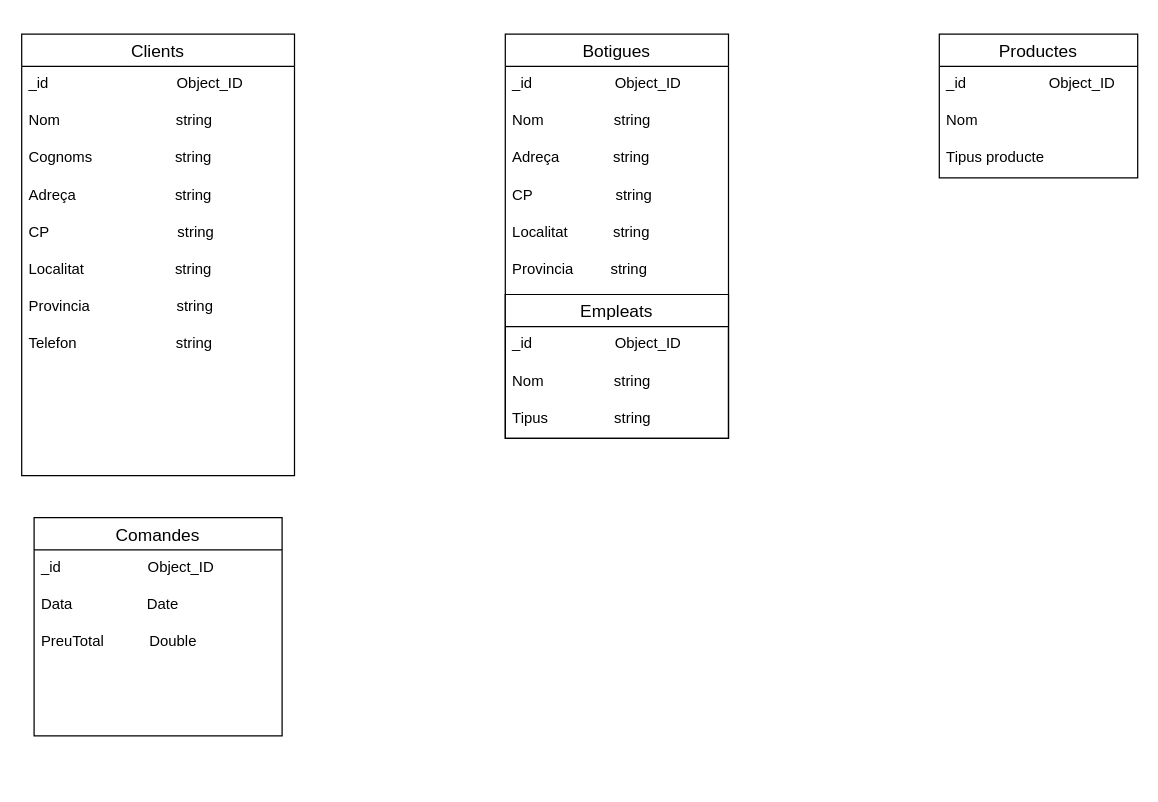
The draw.io diagram MongoDB/Entrega 2.3 - Estructures/pizzeria_tomas/DiagramPizzeria.drawio in tomsanmul/Sprint2, before the edit. Source tidied: cells renumbered, new cells numbered last; positions are measured from the earlier drawing's top-left corner, leaving out a move shared by most shapes. Both pictures are drawn from the tidied source at 124%, with x=0, y=0 at pixel (21, 33).
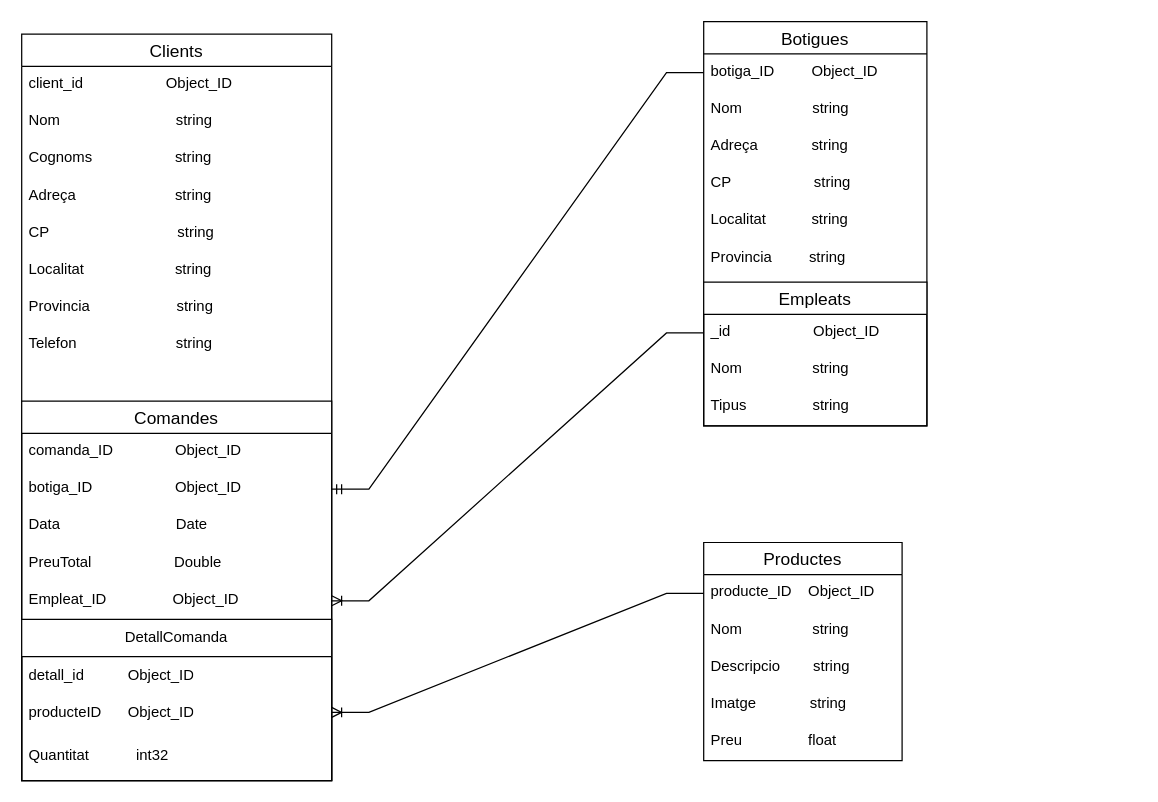
Above is the later version.

Unchanged cells that the change refers to:
```xml
<mxCell id="22" value="_id                    Object_ID" style="text;strokeColor=none;fillColor=none;spacingLeft=4;spacingRight=4;overflow=hidden;points=[[0,0.5],[1,0.5]];portConstraint=eastwest;fontSize=12;" parent="21" vertex="1">
  <mxGeometry y="26" width="180" height="30" as="geometry" />
</mxCell>
```

Change to the diagram source:
```diff
@@
     <mxCell id="2" value="Clients" style="swimlane;fontStyle=0;horizontal=1;startSize=26;align=center;fontSize=14;" parent="1" vertex="1">
-      <mxGeometry width="220" height="356" as="geometry" />
+      <mxGeometry width="250" height="602" as="geometry" />
     </mxCell>
-    <mxCell id="3" value="_id                               Object_ID" style="text;strokeColor=none;fillColor=none;spacingLeft=4;spacingRight=4;overflow=hidden;fontSize=12;" parent="2" vertex="1">
-      <mxGeometry y="26" width="220" height="30" as="geometry" />
+    <mxCell id="3" value="client_id                    Object_ID" style="text;strokeColor=none;fillColor=none;spacingLeft=4;spacingRight=4;overflow=hidden;fontSize=12;" parent="2" vertex="1">
+      <mxGeometry y="26" width="250" height="30" as="geometry" />
     </mxCell>
     <mxCell id="4" value="Nom                            string" style="text;strokeColor=none;fillColor=none;spacingLeft=4;spacingRight=4;overflow=hidden;fontSize=12;" parent="2" vertex="1">
-      <mxGeometry y="56" width="220" height="30" as="geometry" />
+      <mxGeometry y="56" width="250" height="30" as="geometry" />
     </mxCell>
     <mxCell id="5" value="Cognoms                    string" style="text;strokeColor=none;fillColor=none;spacingLeft=4;spacingRight=4;overflow=hidden;fontSize=12;" parent="2" vertex="1">
-      <mxGeometry y="86" width="220" height="30" as="geometry" />
+      <mxGeometry y="86" width="250" height="30" as="geometry" />
     </mxCell>
     <mxCell id="6" value="Adreça                        string" style="text;strokeColor=none;fillColor=none;spacingLeft=4;spacingRight=4;overflow=hidden;fontSize=12;" parent="2" vertex="1">
-      <mxGeometry y="116" width="220" height="30" as="geometry" />
+      <mxGeometry y="116" width="250" height="30" as="geometry" />
     </mxCell>
     <mxCell id="7" value="CP                               string" style="text;strokeColor=none;fillColor=none;spacingLeft=4;spacingRight=4;overflow=hidden;fontSize=12;" parent="2" vertex="1">
-      <mxGeometry y="146" width="220" height="30" as="geometry" />
+      <mxGeometry y="146" width="250" height="30" as="geometry" />
     </mxCell>
     <mxCell id="8" value="Localitat                      string" style="text;strokeColor=none;fillColor=none;spacingLeft=4;spacingRight=4;overflow=hidden;fontSize=12;" parent="2" vertex="1">
-      <mxGeometry y="176" width="220" height="30" as="geometry" />
+      <mxGeometry y="176" width="250" height="30" as="geometry" />
     </mxCell>
     <mxCell id="9" value="Provincia                     string" style="text;strokeColor=none;fillColor=none;spacingLeft=4;spacingRight=4;overflow=hidden;fontSize=12;" parent="2" vertex="1">
-      <mxGeometry y="206" width="220" height="30" as="geometry" />
+      <mxGeometry y="206" width="250" height="30" as="geometry" />
     </mxCell>
     <mxCell id="10" value="Telefon                        string" style="text;strokeColor=none;fillColor=none;spacingLeft=4;spacingRight=4;overflow=hidden;fontSize=12;" parent="2" vertex="1">
-      <mxGeometry y="236" width="220" height="30" as="geometry" />
+      <mxGeometry y="236" width="250" height="30" as="geometry" />
     </mxCell>
     <mxCell id="11" style="text;strokeColor=none;fillColor=none;spacingLeft=4;spacingRight=4;overflow=hidden;fontSize=12;" parent="2" vertex="1">
-      <mxGeometry y="266" width="220" height="30" as="geometry" />
+      <mxGeometry y="266" width="250" height="30" as="geometry" />
     </mxCell>
-    <mxCell id="12" style="text;strokeColor=none;fillColor=none;spacingLeft=4;spacingRight=4;overflow=hidden;fontSize=12;" parent="2" vertex="1">
-      <mxGeometry y="296" width="220" height="30" as="geometry" />
-    </mxCell>
-    <mxCell id="13" style="text;strokeColor=none;fillColor=none;spacingLeft=4;spacingRight=4;overflow=hidden;fontSize=12;" parent="2" vertex="1">
-      <mxGeometry y="326" width="220" height="30" as="geometry" />
-    </mxCell>
+    <mxCell id="29" value="Comandes" style="swimlane;fontStyle=0;horizontal=1;startSize=26;align=center;fontSize=14;" parent="2" vertex="1">
+      <mxGeometry y="296" width="250" height="306" as="geometry" />
+    </mxCell>
+    <mxCell id="30" value="comanda_ID               Object_ID" style="text;strokeColor=none;fillColor=none;spacingLeft=4;spacingRight=4;overflow=hidden;fontSize=12;" parent="29" vertex="1">
+      <mxGeometry y="26" width="250" height="30" as="geometry" />
+    </mxCell>
+    <mxCell id="35" value="botiga_ID                    Object_ID" style="text;strokeColor=none;fillColor=none;spacingLeft=4;spacingRight=4;overflow=hidden;points=[[0,0.5],[1,0.5]];portConstraint=eastwest;fontSize=12;" parent="29" vertex="1">
+      <mxGeometry y="56" width="250" height="30" as="geometry" />
+    </mxCell>
+    <mxCell id="31" value="Data                            Date" style="text;strokeColor=none;fillColor=none;spacingLeft=4;spacingRight=4;overflow=hidden;fontSize=12;" parent="29" vertex="1">
+      <mxGeometry y="86" width="250" height="30" as="geometry" />
+    </mxCell>
+    <mxCell id="32" value="PreuTotal                    Double" style="text;strokeColor=none;fillColor=none;spacingLeft=4;spacingRight=4;overflow=hidden;fontSize=12;" parent="29" vertex="1">
+      <mxGeometry y="116" width="250" height="30" as="geometry" />
+    </mxCell>
+    <mxCell id="33" value="Empleat_ID                Object_ID" style="text;strokeColor=none;fillColor=none;spacingLeft=4;spacingRight=4;overflow=hidden;points=[[0,0.5],[1,0.5]];portConstraint=eastwest;fontSize=12;" parent="29" vertex="1">
+      <mxGeometry y="146" width="250" height="30" as="geometry" />
+    </mxCell>
+    <mxCell id="36" value="DetallComanda" style="swimlane;fontStyle=0;horizontal=1;startSize=30;whiteSpace=wrap;html=1;" parent="29" vertex="1">
+      <mxGeometry y="176" width="250" height="130" as="geometry" />
+    </mxCell>
+    <mxCell id="37" value="detall_id&lt;span style=&quot;white-space: pre;&quot;&gt;&#9;&lt;/span&gt;&lt;span style=&quot;white-space: pre;&quot;&gt;&#9;&lt;/span&gt;Object_ID" style="text;strokeColor=none;fillColor=none;align=left;verticalAlign=middle;spacingLeft=4;spacingRight=4;overflow=hidden;whiteSpace=wrap;html=1;" parent="36" vertex="1">
+      <mxGeometry y="30" width="250" height="30" as="geometry" />
+    </mxCell>
+    <mxCell id="38" value="producteID&lt;span style=&quot;white-space: pre;&quot;&gt;&#9;&lt;/span&gt;Object_ID" style="text;strokeColor=none;fillColor=none;align=left;verticalAlign=middle;spacingLeft=4;spacingRight=4;overflow=hidden;points=[[0,0.5],[1,0.5]];portConstraint=eastwest;whiteSpace=wrap;html=1;" parent="36" vertex="1">
+      <mxGeometry y="60" width="250" height="30" as="geometry" />
+    </mxCell>
+    <mxCell id="39" value="Quantitat&lt;span style=&quot;white-space: pre;&quot;&gt;&#9;&lt;/span&gt;&lt;span style=&quot;white-space: pre;&quot;&gt;&#9;&lt;/span&gt;&amp;nbsp; int32" style="text;strokeColor=none;fillColor=none;align=left;verticalAlign=middle;spacingLeft=4;spacingRight=4;overflow=hidden;whiteSpace=wrap;html=1;" parent="36" vertex="1">
+      <mxGeometry y="90" width="250" height="40" as="geometry" />
+    </mxCell>
     <mxCell id="14" value="Botigues" style="swimlane;fontStyle=0;horizontal=1;startSize=26;align=center;fontSize=14;" parent="1" vertex="1">
-      <mxGeometry x="390" width="180" height="326" as="geometry" />
+      <mxGeometry x="550" y="-10" width="180" height="326" as="geometry" />
     </mxCell>
-    <mxCell id="15" value="_id                    Object_ID" style="text;strokeColor=none;fillColor=none;spacingLeft=4;spacingRight=4;overflow=hidden;points=[[0,0.5],[1,0.5]];portConstraint=eastwest;fontSize=12;" parent="14" vertex="1">
+    <mxCell id="15" value="botiga_ID         Object_ID" style="text;strokeColor=none;fillColor=none;spacingLeft=4;spacingRight=4;overflow=hidden;points=[[0,0.5],[1,0.5]];portConstraint=eastwest;fontSize=12;" parent="14" vertex="1">
       <mxGeometry y="26" width="180" height="30" as="geometry" />
     </mxCell>
@@
     <mxCell id="25" value="Productes" style="swimlane;fontStyle=0;horizontal=1;startSize=26;align=center;fontSize=14;" parent="1" vertex="1">
-      <mxGeometry x="740" width="160" height="116" as="geometry" />
+      <mxGeometry x="550" y="410" width="160" height="176" as="geometry" />
     </mxCell>
-    <mxCell id="26" value="_id                    Object_ID" style="text;strokeColor=none;fillColor=none;spacingLeft=4;spacingRight=4;overflow=hidden;points=[[0,0.5],[1,0.5]];portConstraint=eastwest;fontSize=12;" parent="25" vertex="1">
+    <mxCell id="26" value="producte_ID    Object_ID" style="text;strokeColor=none;fillColor=none;spacingLeft=4;spacingRight=4;overflow=hidden;points=[[0,0.5],[1,0.5]];portConstraint=eastwest;fontSize=12;" parent="25" vertex="1">
       <mxGeometry y="26" width="160" height="30" as="geometry" />
     </mxCell>
-    <mxCell id="27" value="Nom" style="text;strokeColor=none;fillColor=none;spacingLeft=4;spacingRight=4;overflow=hidden;fontSize=12;" parent="25" vertex="1">
+    <mxCell id="27" value="Nom                  string" style="text;strokeColor=none;fillColor=none;spacingLeft=4;spacingRight=4;overflow=hidden;fontSize=12;" parent="25" vertex="1">
       <mxGeometry y="56" width="160" height="30" as="geometry" />
     </mxCell>
-    <mxCell id="28" value="Tipus producte" style="text;strokeColor=none;fillColor=none;spacingLeft=4;spacingRight=4;overflow=hidden;fontSize=12;" parent="25" vertex="1">
+    <mxCell id="28" value="Descripcio        string&#10;    &#10;" style="text;strokeColor=none;fillColor=none;spacingLeft=4;spacingRight=4;overflow=hidden;fontSize=12;" parent="25" vertex="1">
       <mxGeometry y="86" width="160" height="30" as="geometry" />
     </mxCell>
-    <mxCell id="29" value="Comandes" style="swimlane;fontStyle=0;horizontal=1;startSize=26;align=center;fontSize=14;" parent="1" vertex="1">
-      <mxGeometry x="10" y="390" width="200" height="176" as="geometry" />
-    </mxCell>
-    <mxCell id="30" value="_id                     Object_ID" style="text;strokeColor=none;fillColor=none;spacingLeft=4;spacingRight=4;overflow=hidden;fontSize=12;" parent="29" vertex="1">
-      <mxGeometry y="26" width="200" height="30" as="geometry" />
-    </mxCell>
-    <mxCell id="31" value="Data                  Date" style="text;strokeColor=none;fillColor=none;spacingLeft=4;spacingRight=4;overflow=hidden;fontSize=12;" parent="29" vertex="1">
-      <mxGeometry y="56" width="200" height="30" as="geometry" />
-    </mxCell>
-    <mxCell id="32" value="PreuTotal           Double" style="text;strokeColor=none;fillColor=none;spacingLeft=4;spacingRight=4;overflow=hidden;fontSize=12;" parent="29" vertex="1">
-      <mxGeometry y="86" width="200" height="30" as="geometry" />
-    </mxCell>
-    <mxCell id="33" style="text;strokeColor=none;fillColor=none;spacingLeft=4;spacingRight=4;overflow=hidden;points=[[0,0.5],[1,0.5]];portConstraint=eastwest;fontSize=12;" parent="29" vertex="1">
-      <mxGeometry y="116" width="200" height="30" as="geometry" />
-    </mxCell>
-    <mxCell id="34" style="text;strokeColor=none;fillColor=none;spacingLeft=4;spacingRight=4;overflow=hidden;fontSize=12;" parent="29" vertex="1">
-      <mxGeometry y="146" width="200" height="30" as="geometry" />
-    </mxCell>
+    <mxCell id="40" value="Imatge              string" style="text;strokeColor=none;fillColor=none;spacingLeft=4;spacingRight=4;overflow=hidden;fontSize=12;" parent="25" vertex="1">
+      <mxGeometry y="116" width="160" height="30" as="geometry" />
+    </mxCell>
+    <mxCell id="41" value="Preu                float" style="text;strokeColor=none;fillColor=none;spacingLeft=4;spacingRight=4;overflow=hidden;fontSize=12;" parent="25" vertex="1">
+      <mxGeometry y="146" width="160" height="30" as="geometry" />
+    </mxCell>
+    <mxCell id="42" style="edgeStyle=entityRelationEdgeStyle;fontSize=12;html=1;endArrow=ERoneToMany;rounded=0;" parent="1" edge="1" source="26" target="38">
+      <mxGeometry relative="1" as="geometry" />
+    </mxCell>
+    <mxCell id="43" style="edgeStyle=entityRelationEdgeStyle;fontSize=12;html=1;endArrow=ERoneToMany;rounded=0;entryX=1;entryY=0.5;entryDx=0;entryDy=0;" parent="1" edge="1" source="22" target="33">
+      <mxGeometry relative="1" as="geometry" />
+    </mxCell>
+    <mxCell id="44" style="edgeStyle=entityRelationEdgeStyle;fontSize=12;html=1;endArrow=ERmandOne;rounded=0;" parent="1" edge="1" source="15" target="35">
+      <mxGeometry relative="1" as="geometry" />
+    </mxCell>
```
